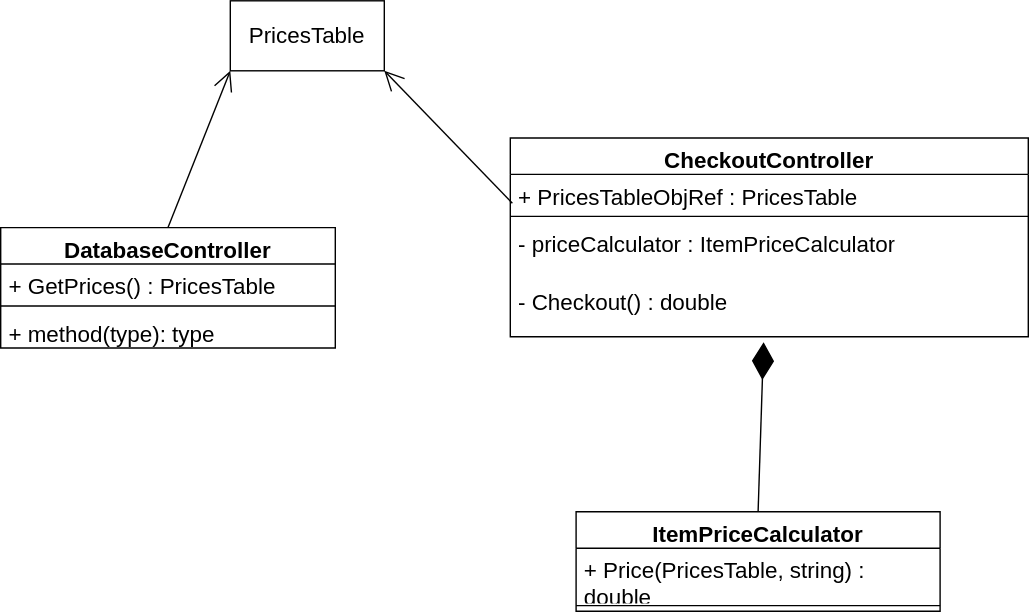
Above: SupermarketCheckout.svg in sameert89/SupermarketCheckoutLib (draw.io), before the change. Source tidied: cells renumbered, new cells last; positions are measured from the earlier drawing's top-left corner, leaving out a move shared by most shapes.
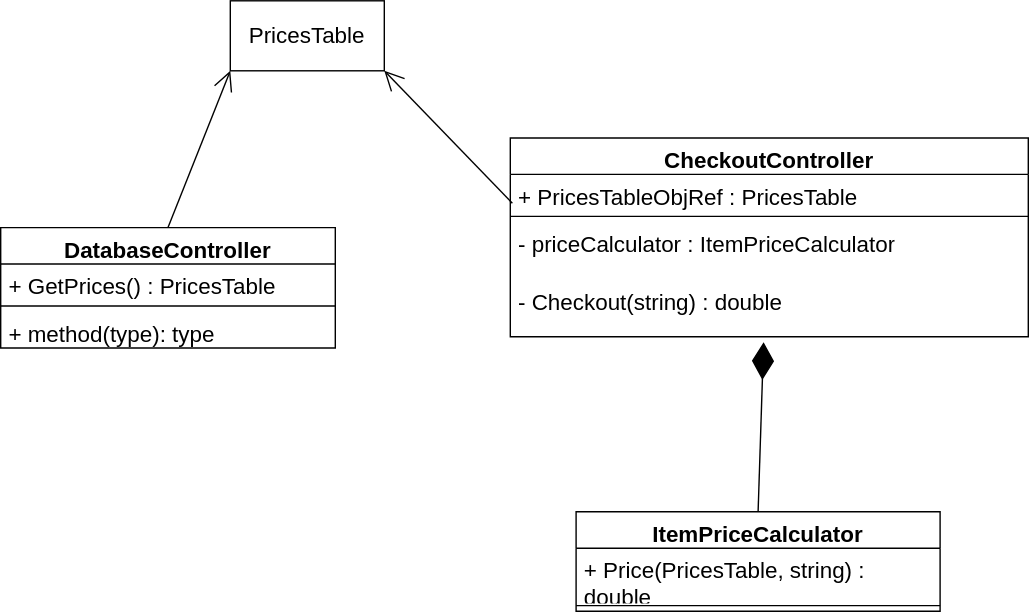
The same diagram one commit later.

Change to the diagram source:
```diff
@@ -14,7 +14,7 @@
     <mxCell id="5" value="- priceCalculator : ItemPriceCalculator" style="text;strokeColor=none;fillColor=none;align=left;verticalAlign=top;spacingLeft=4;spacingRight=4;overflow=hidden;whiteSpace=wrap;html=1;fontSize=16;" parent="2" vertex="1">
       <mxGeometry y="60" width="370" height="41" as="geometry" />
     </mxCell>
-    <mxCell id="6" value="- Checkout() : double" style="text;strokeColor=none;fillColor=none;align=left;verticalAlign=top;spacingLeft=4;spacingRight=4;overflow=hidden;points=[[0,0.5],[1,0.5]];portConstraint=eastwest;whiteSpace=wrap;html=1;fontSize=16;" parent="2" vertex="1">
+    <mxCell id="6" value="- Checkout(string) : double" style="text;strokeColor=none;fillColor=none;align=left;verticalAlign=top;spacingLeft=4;spacingRight=4;overflow=hidden;points=[[0,0.5],[1,0.5]];portConstraint=eastwest;whiteSpace=wrap;html=1;fontSize=16;" parent="2" vertex="1">
       <mxGeometry y="101" width="370" height="41" as="geometry" />
     </mxCell>
     <mxCell id="7" value="PricesTable" style="html=1;whiteSpace=wrap;fontSize=16;" parent="1" vertex="1">
```
